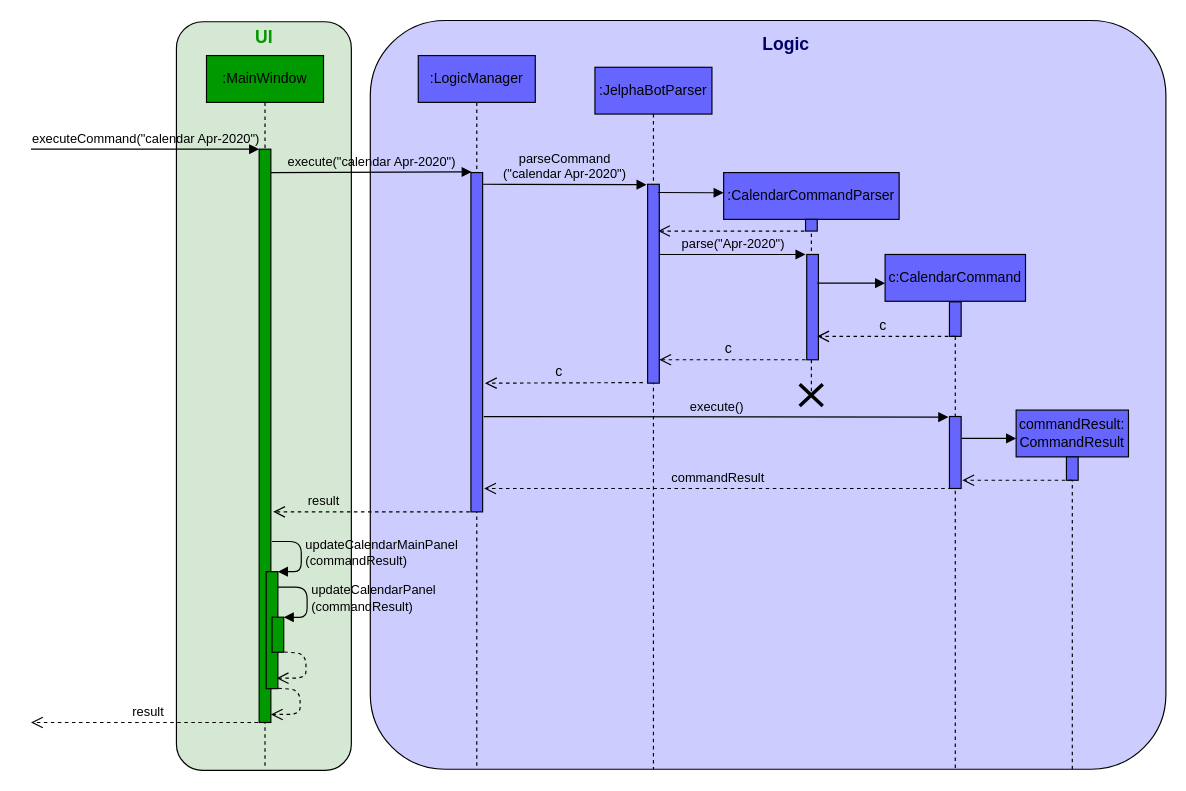
yapdianhao/main keeps this draw.io diagram as docs/diagrams/CalendarViewSequenceDiagram.drawio. Above is the earlier version. Source tidied: cells renumbered, new cells numbered last; positions are measured from the earlier drawing's top-left corner, leaving out a move shared by most shapes. Both pictures are drawn from the tidied source at 117%, with x=0, y=0 at pixel (-111, 20).
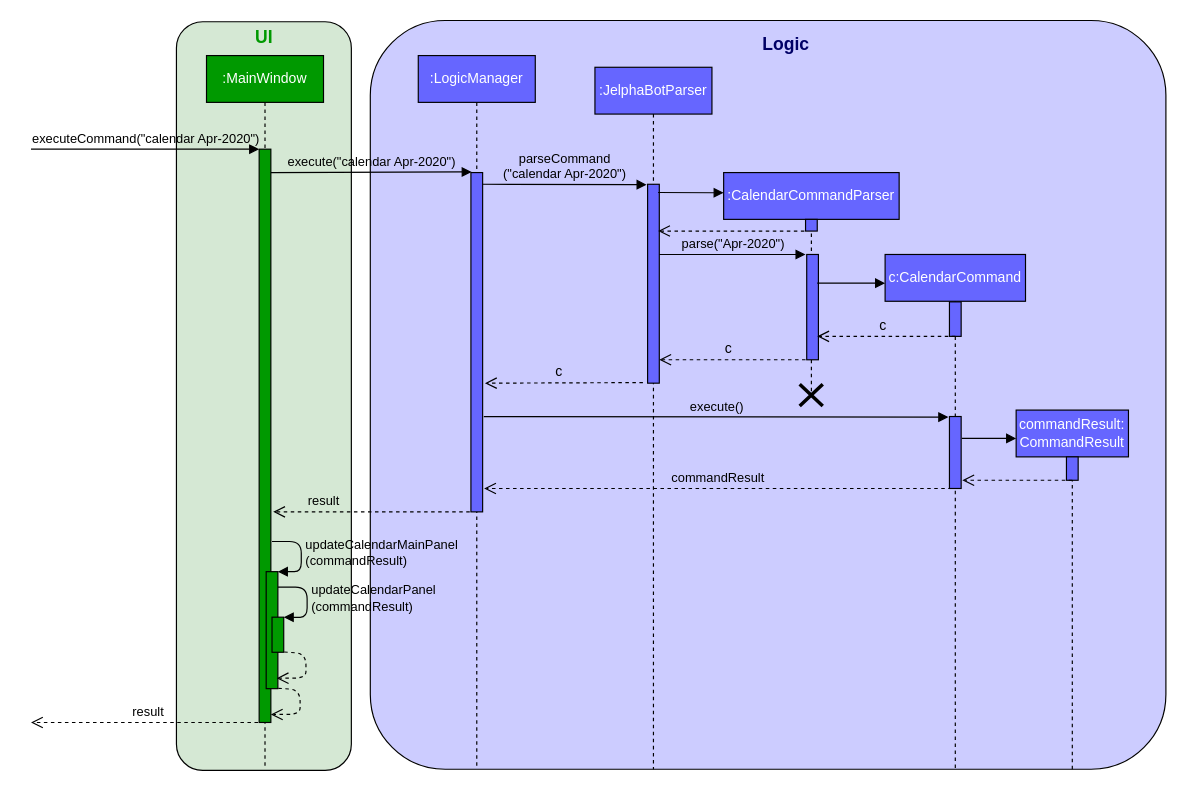
The same diagram, later.

The change refers to these unchanged cells:
```xml
<mxCell id="9" style="group;" parent="1" vertex="1">
  <mxGeometry x="447" y="30" width="100" height="610" as="geometry" />
</mxCell>
<mxCell id="21" style="group;" parent="1" vertex="1">
  <mxGeometry x="851" y="200" width="120" height="440" as="geometry" />
</mxCell>
<mxCell id="36" style="group;" parent="1" vertex="1">
  <mxGeometry x="963" y="333" width="96" height="307" as="geometry" />
</mxCell>
```

Diff of the diagram source:
```diff
@@
-    <mxCell id="4" value=":MainWindow" style="shape=umlLifeline;perimeter=lifelinePerimeter;whiteSpace=wrap;html=1;shadow=0;fillColor=#009900;" parent="1" vertex="1">
+    <mxCell id="4" value="&lt;font color=&quot;#ffffff&quot;&gt;:MainWindow&lt;/font&gt;" style="shape=umlLifeline;perimeter=lifelinePerimeter;whiteSpace=wrap;html=1;shadow=0;fillColor=#009900;" parent="1" vertex="1">
       <mxGeometry x="271" y="30" width="100" height="610" as="geometry" />
     </mxCell>
@@
-    <mxCell id="10" value=":LogicManager" style="shape=umlLifeline;perimeter=lifelinePerimeter;whiteSpace=wrap;html=1;shadow=0;fillColor=#6666FF;" parent="9" vertex="1">
+    <mxCell id="10" value="&lt;font color=&quot;#ffffff&quot;&gt;:LogicManager&lt;/font&gt;" style="shape=umlLifeline;perimeter=lifelinePerimeter;whiteSpace=wrap;html=1;shadow=0;fillColor=#6666FF;" parent="9" vertex="1">
       <mxGeometry x="5" width="100" height="610" as="geometry" />
     </mxCell>
@@
-    <mxCell id="12" value=":JelphaBotParser" style="shape=umlLifeline;perimeter=lifelinePerimeter;whiteSpace=wrap;html=1;shadow=0;fillColor=#6666FF;" parent="1" vertex="1">
+    <mxCell id="12" value="&lt;font color=&quot;#ffffff&quot;&gt;:JelphaBotParser&lt;/font&gt;" style="shape=umlLifeline;perimeter=lifelinePerimeter;whiteSpace=wrap;html=1;shadow=0;fillColor=#6666FF;" parent="1" vertex="1">
       <mxGeometry x="603" y="40" width="100" height="600" as="geometry" />
     </mxCell>
@@
-    <mxCell id="15" value=":CalendarCommandParser" style="shape=umlLifeline;perimeter=lifelinePerimeter;whiteSpace=wrap;html=1;outlineConnect=0;shadow=0;fillColor=#6666FF;" parent="1" vertex="1">
+    <mxCell id="15" value="&lt;font color=&quot;#ffffff&quot;&gt;:CalendarCommandParser&lt;/font&gt;" style="shape=umlLifeline;perimeter=lifelinePerimeter;whiteSpace=wrap;html=1;outlineConnect=0;shadow=0;fillColor=#6666FF;" parent="1" vertex="1">
       <mxGeometry x="713" y="130" width="150" height="190" as="geometry" />
     </mxCell>
@@
-    <mxCell id="22" value="c:CalendarCommand" style="shape=umlLifeline;perimeter=lifelinePerimeter;whiteSpace=wrap;html=1;shadow=0;fillColor=#6666FF;" parent="21" vertex="1">
+    <mxCell id="22" value="&lt;font color=&quot;#ffffff&quot;&gt;c:CalendarCommand&lt;/font&gt;" style="shape=umlLifeline;perimeter=lifelinePerimeter;whiteSpace=wrap;html=1;shadow=0;fillColor=#6666FF;" parent="21" vertex="1">
       <mxGeometry width="120" height="440" as="geometry" />
     </mxCell>
@@
-    <mxCell id="37" value="commandResult:&lt;br&gt;CommandResult" style="shape=umlLifeline;perimeter=lifelinePerimeter;whiteSpace=wrap;html=1;shadow=0;fillColor=#6666FF;" parent="36" vertex="1">
+    <mxCell id="37" value="&lt;font color=&quot;#ffffff&quot;&gt;commandResult:&lt;br&gt;CommandResult&lt;/font&gt;" style="shape=umlLifeline;perimeter=lifelinePerimeter;whiteSpace=wrap;html=1;shadow=0;fillColor=#6666FF;" parent="36" vertex="1">
       <mxGeometry width="96" height="307" as="geometry" />
     </mxCell>
```
